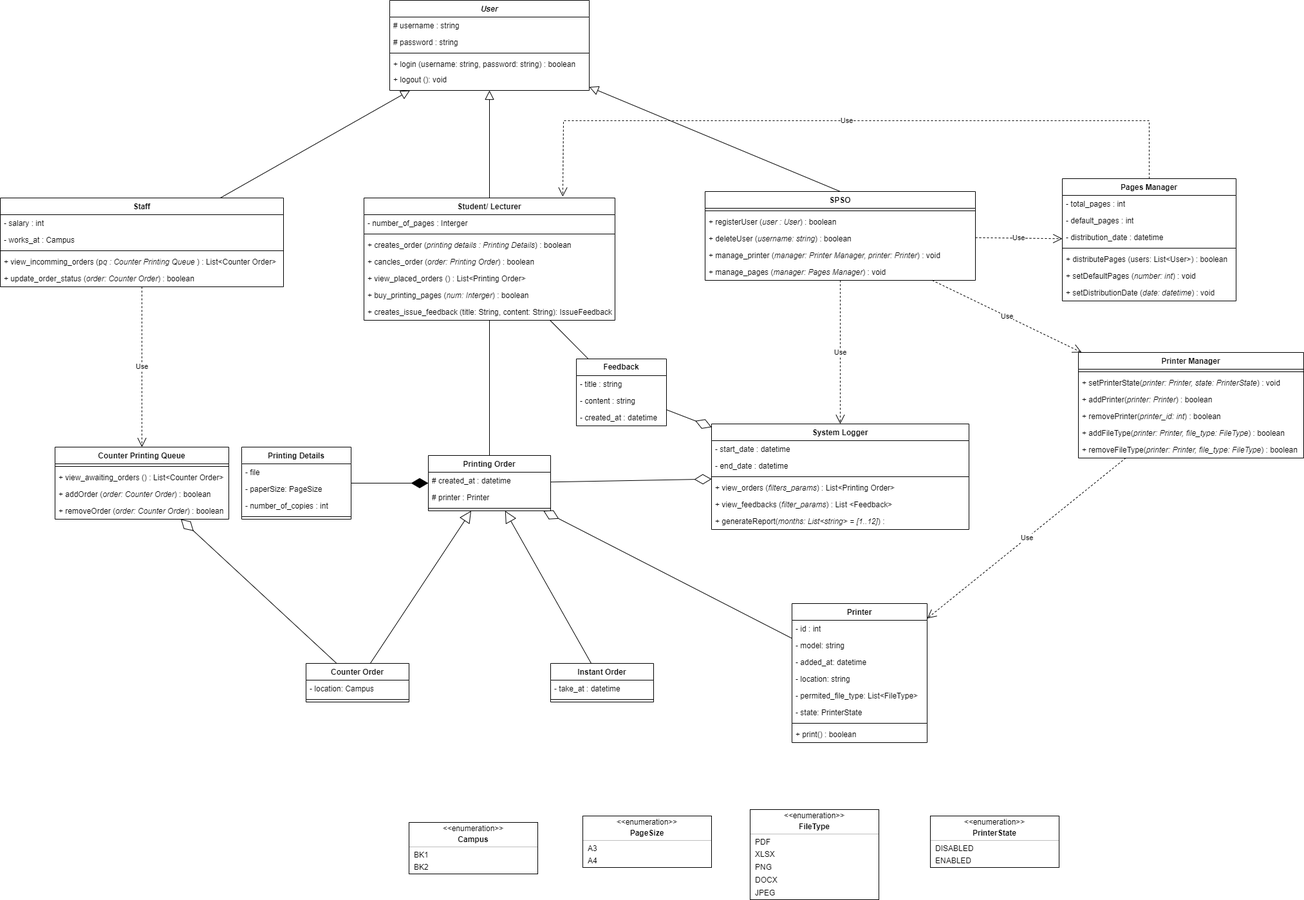
blueonline07/auth-demo keeps this draw.io diagram as spss-class-diagram.drawio.png. Above is the earlier version. Source tidied: cells renumbered, new cells last; positions are measured from the earlier drawing's top-left corner, leaving out a move shared by most shapes.
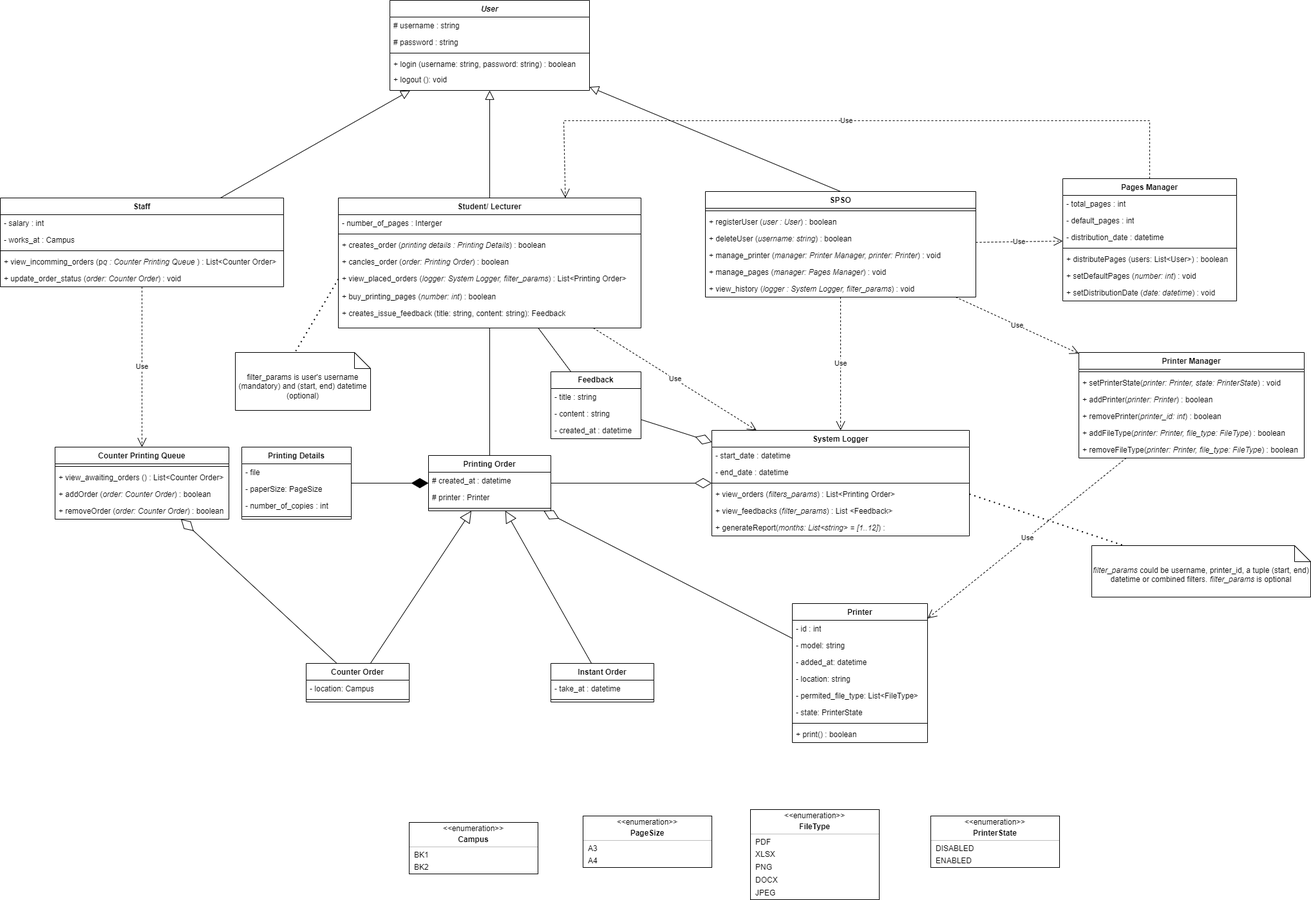
After the commit.

Commit message:
Cập nhật spss-class-diagram.drawio.png

Change to the diagram source:
```diff
@@ -21,28 +21,28 @@
       <mxGeometry y="110" width="310" height="20" as="geometry" />
     </mxCell>
     <mxCell id="8" value="Student/ Lecturer" style="swimlane;fontStyle=1;align=center;verticalAlign=top;horizontal=1;startSize=26;rounded=0;shadow=0;strokeWidth=1;" parent="1" vertex="1">
-      <mxGeometry x="565" y="307" width="390" height="190" as="geometry" />
+      <mxGeometry x="525" y="307" width="470" height="202" as="geometry" />
     </mxCell>
     <mxCell id="9" value="- number_of_pages : Interger" style="text;align=left;verticalAlign=top;spacingLeft=4;spacingRight=4;overflow=hidden;" parent="8" vertex="1">
-      <mxGeometry y="26" width="390" height="26" as="geometry" />
+      <mxGeometry y="26" width="470" height="26" as="geometry" />
     </mxCell>
     <mxCell id="10" style="line;html=1;strokeWidth=1;align=left;verticalAlign=middle;spacingTop=-1;spacingLeft=3;spacingRight=3;labelPosition=right;" parent="8" vertex="1">
-      <mxGeometry y="52" width="390" height="8" as="geometry" />
+      <mxGeometry y="52" width="470" height="8" as="geometry" />
     </mxCell>
     <mxCell id="11" value="+ creates_order (&lt;i&gt;printing details : Printing Details&lt;/i&gt;) : boolean" style="text;strokeColor=none;fillColor=none;align=left;verticalAlign=top;spacingLeft=4;spacingRight=4;overflow=hidden;whiteSpace=wrap;html=1;" parent="8" vertex="1">
-      <mxGeometry y="60" width="390" height="26" as="geometry" />
+      <mxGeometry y="60" width="470" height="26" as="geometry" />
     </mxCell>
     <mxCell id="12" value="+ cancles_order (&lt;i&gt;order: Printing Order&lt;/i&gt;) : boolean" style="text;strokeColor=none;fillColor=none;align=left;verticalAlign=top;spacingLeft=4;spacingRight=4;overflow=hidden;whiteSpace=wrap;html=1;" parent="8" vertex="1">
-      <mxGeometry y="86" width="390" height="26" as="geometry" />
+      <mxGeometry y="86" width="470" height="26" as="geometry" />
     </mxCell>
-    <mxCell id="13" value="+ view_placed_orders () : List&amp;lt;Printing Order&amp;gt;" style="text;strokeColor=none;fillColor=none;align=left;verticalAlign=top;spacingLeft=4;spacingRight=4;overflow=hidden;points=[[0,0.5],[1,0.5]];portConstraint=eastwest;whiteSpace=wrap;html=1;" parent="8" vertex="1">
-      <mxGeometry y="112" width="390" height="26" as="geometry" />
+    <mxCell id="13" value="+ view_placed_orders (&lt;i&gt;logger: System Logger, filter_params&lt;/i&gt;) : List&amp;lt;Printing Order&amp;gt;" style="text;strokeColor=none;fillColor=none;align=left;verticalAlign=top;spacingLeft=4;spacingRight=4;overflow=hidden;points=[[0,0.5],[1,0.5]];portConstraint=eastwest;whiteSpace=wrap;html=1;" parent="8" vertex="1">
+      <mxGeometry y="112" width="470" height="28" as="geometry" />
     </mxCell>
-    <mxCell id="14" value="+ buy_printing_pages (&lt;i&gt;num: Interger&lt;/i&gt;) : boolean" style="text;strokeColor=none;fillColor=none;align=left;verticalAlign=top;spacingLeft=4;spacingRight=4;overflow=hidden;whiteSpace=wrap;html=1;" parent="8" vertex="1">
-      <mxGeometry y="138" width="390" height="26" as="geometry" />
+    <mxCell id="14" value="+ buy_printing_pages (&lt;i&gt;number: int&lt;/i&gt;) : boolean" style="text;strokeColor=none;fillColor=none;align=left;verticalAlign=top;spacingLeft=4;spacingRight=4;overflow=hidden;whiteSpace=wrap;html=1;" parent="8" vertex="1">
+      <mxGeometry y="140" width="470" height="26" as="geometry" />
     </mxCell>
-    <mxCell id="15" value="+ creates_issue_feedback (title: String, content: String): IssueFeedback" style="text;strokeColor=none;fillColor=none;align=left;verticalAlign=top;spacingLeft=4;spacingRight=4;overflow=hidden;whiteSpace=wrap;html=1;" parent="8" vertex="1">
-      <mxGeometry y="164" width="390" height="26" as="geometry" />
+    <mxCell id="15" value="+ creates_issue_feedback (title: string, content: string): Feedback" style="text;strokeColor=none;fillColor=none;align=left;verticalAlign=top;spacingLeft=4;spacingRight=4;overflow=hidden;whiteSpace=wrap;html=1;" parent="8" vertex="1">
+      <mxGeometry y="166" width="470" height="26" as="geometry" />
     </mxCell>
     <mxCell id="16" value="Staff" style="swimlane;fontStyle=1;align=center;verticalAlign=top;horizontal=1;startSize=26;rounded=0;shadow=0;strokeWidth=1;" parent="1" vertex="1">
       <mxGeometry y="307" width="440" height="138" as="geometry" />
@@ -59,11 +59,11 @@
     <mxCell id="20" value="+ view_incomming_orders (p&lt;i&gt;q : Counter Printing Queue&lt;/i&gt;&amp;nbsp;) : List&amp;lt;Counter Order&amp;gt;" style="text;strokeColor=none;fillColor=none;align=left;verticalAlign=top;spacingLeft=4;spacingRight=4;overflow=hidden;whiteSpace=wrap;html=1;" parent="16" vertex="1">
       <mxGeometry y="86" width="440" height="26" as="geometry" />
     </mxCell>
-    <mxCell id="21" value="+ update_order_status (&lt;i&gt;order: Counter Order&lt;/i&gt;) : boolean" style="text;strokeColor=none;fillColor=none;align=left;verticalAlign=top;spacingLeft=4;spacingRight=4;overflow=hidden;whiteSpace=wrap;html=1;" parent="16" vertex="1">
+    <mxCell id="21" value="+ update_order_status (&lt;i&gt;order: Counter Order&lt;/i&gt;) : void" style="text;strokeColor=none;fillColor=none;align=left;verticalAlign=top;spacingLeft=4;spacingRight=4;overflow=hidden;whiteSpace=wrap;html=1;" parent="16" vertex="1">
       <mxGeometry y="112" width="440" height="26" as="geometry" />
     </mxCell>
     <mxCell id="22" value="SPSO" style="swimlane;fontStyle=1;align=center;verticalAlign=top;horizontal=1;startSize=26;whiteSpace=wrap;html=1;" parent="1" vertex="1">
-      <mxGeometry x="1095" y="297" width="420" height="138" as="geometry" />
+      <mxGeometry x="1095" y="297" width="420" height="164" as="geometry" />
     </mxCell>
     <mxCell id="23" style="line;strokeWidth=1;fillColor=none;align=left;verticalAlign=middle;spacingTop=-1;spacingLeft=3;spacingRight=3;labelPosition=right;strokeColor=inherit;" parent="22" vertex="1">
       <mxGeometry y="26" width="420" height="8" as="geometry" />
@@ -80,6 +80,9 @@
     <mxCell id="27" value="+ manage_pages (&lt;i&gt;manager: Pages Manager&lt;/i&gt;) : void" style="text;strokeColor=none;fillColor=none;align=left;verticalAlign=top;spacingLeft=4;spacingRight=4;overflow=hidden;whiteSpace=wrap;html=1;" parent="22" vertex="1">
       <mxGeometry y="112" width="420" height="26" as="geometry" />
     </mxCell>
+    <mxCell id="128" value="+ view_history (&lt;i&gt;logger : System Logger, filter_params&lt;/i&gt;) : void" style="text;strokeColor=none;fillColor=none;align=left;verticalAlign=top;spacingLeft=4;spacingRight=4;overflow=hidden;whiteSpace=wrap;html=1;" parent="22" vertex="1">
+      <mxGeometry y="138" width="420" height="26" as="geometry" />
+    </mxCell>
     <mxCell id="28" value="Printer" style="swimlane;fontStyle=1;align=center;verticalAlign=top;horizontal=1;startSize=26;whiteSpace=wrap;html=1;" parent="1" vertex="1">
       <mxGeometry x="1230" y="937" width="210" height="216" as="geometry" />
     </mxCell>
@@ -135,7 +138,7 @@
       <mxGeometry y="86" width="270" height="26" as="geometry" />
     </mxCell>
     <mxCell id="46" value="System Logger" style="swimlane;fontStyle=1;align=center;verticalAlign=top;horizontal=1;startSize=26;whiteSpace=wrap;html=1;" parent="1" vertex="1">
-      <mxGeometry x="1105" y="658" width="400" height="164" as="geometry" />
+      <mxGeometry x="1105" y="668" width="400" height="164" as="geometry" />
     </mxCell>
     <mxCell id="47" value="- start_date : datetime" style="text;strokeColor=none;fillColor=none;align=left;verticalAlign=top;spacingLeft=4;spacingRight=4;overflow=hidden;whiteSpace=wrap;html=1;" parent="46" vertex="1">
       <mxGeometry y="26" width="400" height="26" as="geometry" />
@@ -321,7 +324,7 @@
       <mxGeometry relative="1" as="geometry" />
     </mxCell>
     <mxCell id="108" value="&lt;b&gt;Feedback&lt;/b&gt;" style="swimlane;fontStyle=0;horizontal=1;startSize=26;fillColor=none;whiteSpace=wrap;html=1;" parent="1" vertex="1">
-      <mxGeometry x="895" y="557" width="140" height="104" as="geometry" />
+      <mxGeometry x="855" y="577" width="140" height="104" as="geometry" />
     </mxCell>
     <mxCell id="109" value="- title : string" style="text;strokeColor=none;fillColor=none;align=left;verticalAlign=top;spacingLeft=4;spacingRight=4;overflow=hidden;whiteSpace=wrap;html=1;" parent="108" vertex="1">
       <mxGeometry y="26" width="140" height="26" as="geometry" />
@@ -356,7 +359,7 @@
     <mxCell id="119" value="A4" style="html=1;align=left;spacing=0;spacingLeft=8;verticalAlign=middle;strokeColor=none;fillColor=none;whiteSpace=wrap;" parent="114" vertex="1">
       <mxGeometry y="60" width="200" height="20" as="geometry" />
     </mxCell>
-    <mxCell id="120" value="Use" style="endArrow=open;endSize=12;dashed=1;html=1;rounded=0;entryX=0.792;entryY=-0.011;entryDx=0;entryDy=0;entryPerimeter=0;" parent="1" edge="1" source="76" target="8">
+    <mxCell id="120" value="Use" style="endArrow=open;endSize=12;dashed=1;html=1;rounded=0;entryX=0.75;entryY=0;entryDx=0;entryDy=0;" parent="1" edge="1" source="76" target="8">
       <mxGeometry relative="1" as="geometry">
         <Array as="points">
           <mxPoint x="1785" y="187" />
@@ -385,5 +388,20 @@
     <mxCell id="127" value="BK2" style="html=1;align=left;spacing=0;spacingLeft=8;verticalAlign=middle;strokeColor=none;fillColor=none;whiteSpace=wrap;" parent="122" vertex="1">
       <mxGeometry y="60" width="200" height="20" as="geometry" />
     </mxCell>
+    <mxCell id="129" value="&lt;i&gt;filter_params&lt;/i&gt; could be username, printer_id, a tuple (start, end) datetime or combined filters.&amp;nbsp;&lt;i&gt;filter_params&lt;/i&gt; is optional" style="shape=note2;boundedLbl=1;whiteSpace=wrap;html=1;size=25;verticalAlign=top;align=center;" parent="1" vertex="1">
+      <mxGeometry x="1695" y="847" width="340" height="80" as="geometry" />
+    </mxCell>
+    <mxCell id="130" style="endArrow=none;dashed=1;html=1;dashPattern=1 3;strokeWidth=2;rounded=0;exitX=1;exitY=0.5;exitDx=0;exitDy=0;" parent="1" edge="1" source="50" target="129">
+      <mxGeometry relative="1" as="geometry" />
+    </mxCell>
+    <mxCell id="131" value="filter_params is user's username (mandatory) and (start, end) datetime (optional)" style="shape=note2;boundedLbl=1;whiteSpace=wrap;html=1;size=25;verticalAlign=top;align=center;" parent="1" vertex="1">
+      <mxGeometry x="365" y="547" width="210" height="90" as="geometry" />
+    </mxCell>
+    <mxCell id="132" style="endArrow=none;dashed=1;html=1;dashPattern=1 3;strokeWidth=2;rounded=0;entryX=0;entryY=0;entryDx=92.5;entryDy=0;entryPerimeter=0;exitX=0;exitY=0.5;exitDx=0;exitDy=0;" parent="1" edge="1" source="13" target="131">
+      <mxGeometry relative="1" as="geometry" />
+    </mxCell>
+    <mxCell id="133" value="Use" style="endArrow=open;endSize=12;dashed=1;html=1;rounded=0;" parent="1" edge="1" source="8" target="46">
+      <mxGeometry relative="1" as="geometry" />
+    </mxCell>
   </root>
 </mxGraphModel>
```
